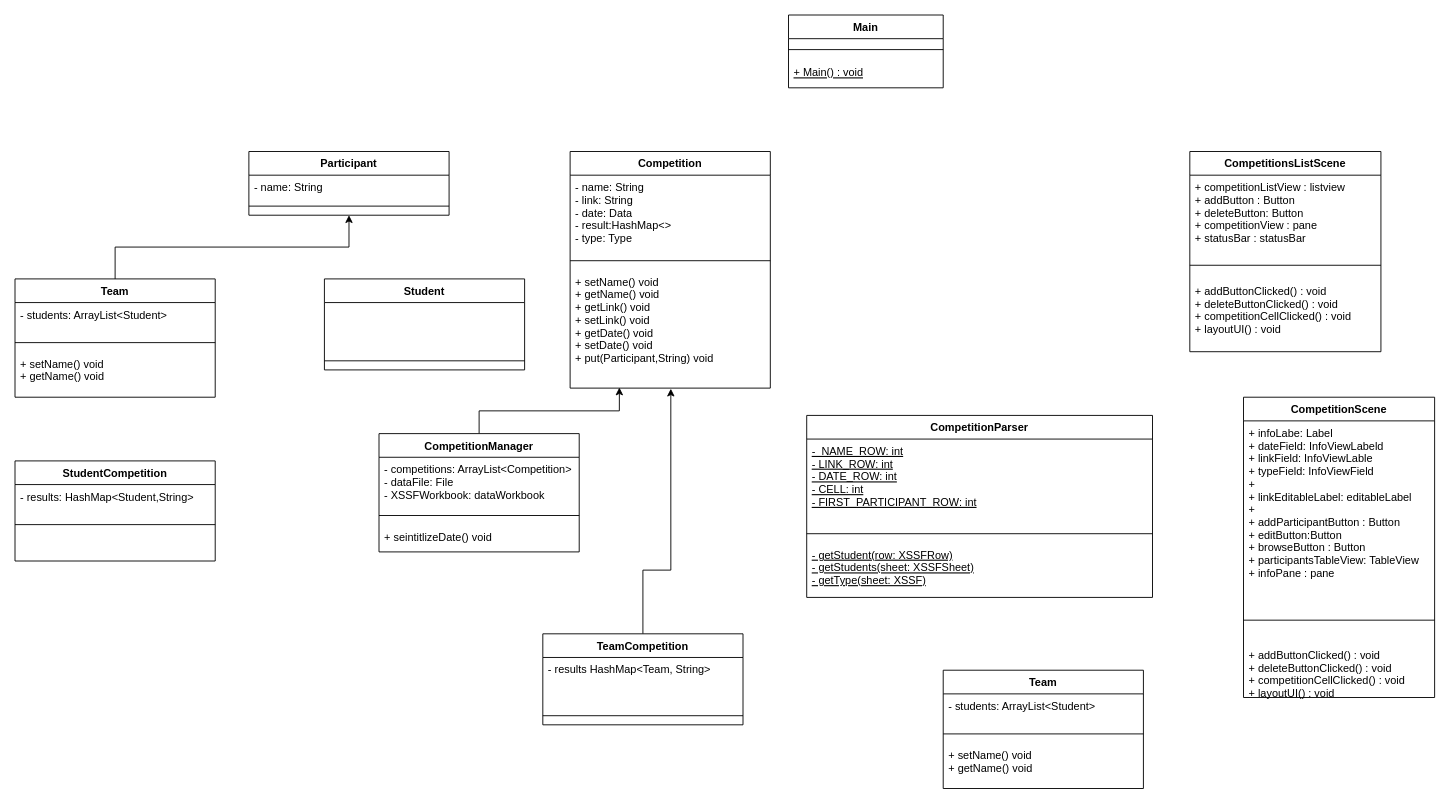
Above: docs/phase2/class-diagram.drawio in AbdullahAXR/Competition-tracker (draw.io), before the change. Source tidied: cells renumbered, new cells numbered last; positions are measured from the earlier drawing's top-left corner, leaving out a move shared by most shapes. Both pictures are drawn from the tidied source at 91%, with x=0, y=0 at pixel (15, 15).
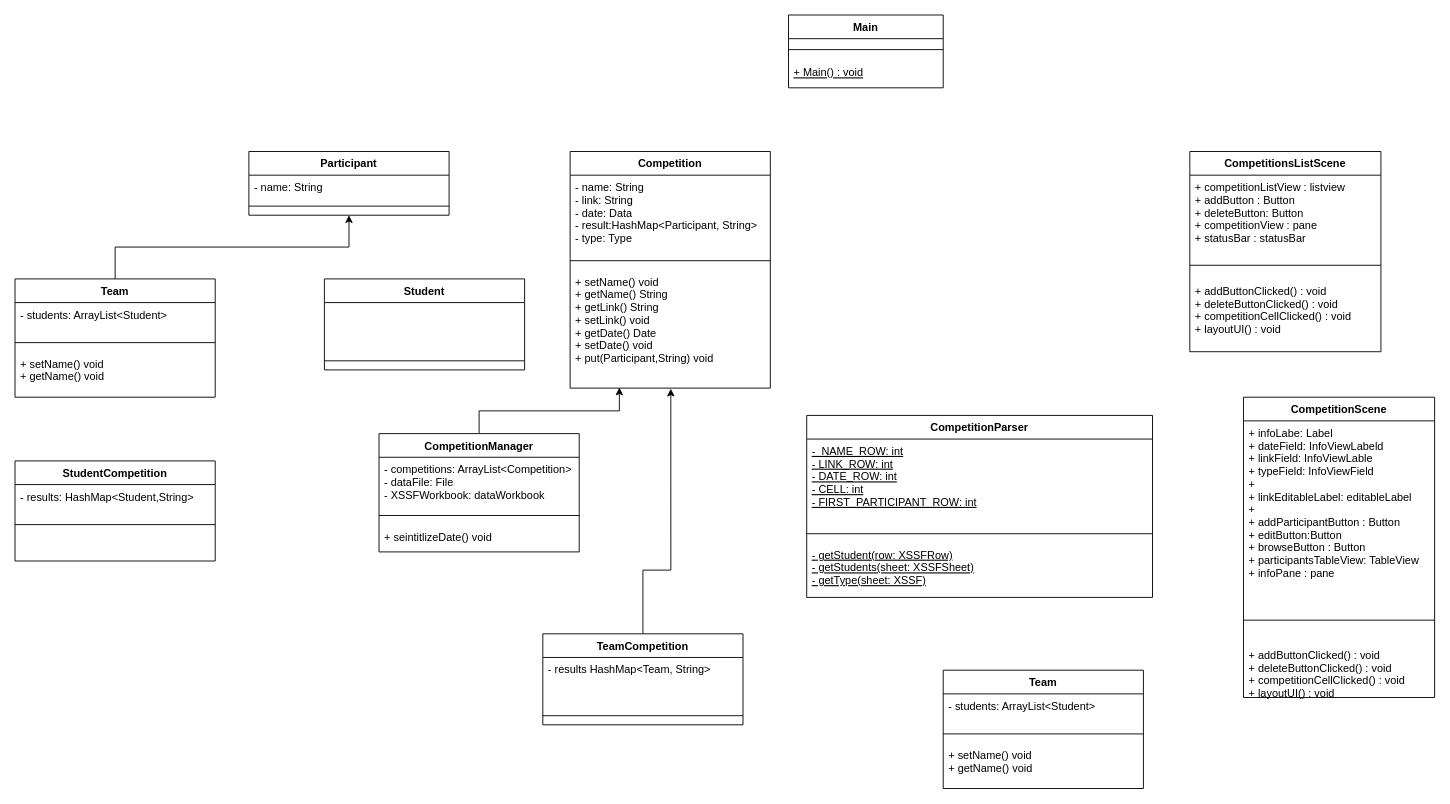
Above is the later version.

Commit message:
docs: fixed issues with return types in Competition class diagram

The change refers to these unchanged cells:
```xml
<mxCell id="9" value="Competition" style="swimlane;fontStyle=1;align=center;verticalAlign=top;horizontal=1;startSize=26;" parent="1" vertex="1">
  <mxGeometry x="610" y="150" width="220" height="260" as="geometry" />
</mxCell>
```

Change to the diagram source:
```diff
@@
-    <mxCell id="10" value="- name: String&#10;- link: String&#10;- date: Data&#10;- result:HashMap&lt;&gt;&#10;- type: Type" style="text;strokeColor=none;fillColor=none;align=left;verticalAlign=top;spacingLeft=4;spacingRight=4;overflow=hidden;fontStyle=0;" parent="9" vertex="1">
+    <mxCell id="10" value="- name: String&#10;- link: String&#10;- date: Data&#10;- result:HashMap&lt;Participant, String&gt;&#10;- type: Type" style="text;strokeColor=none;fillColor=none;align=left;verticalAlign=top;spacingLeft=4;spacingRight=4;overflow=hidden;fontStyle=0;" parent="9" vertex="1">
       <mxGeometry y="26" width="220" height="84" as="geometry" />
     </mxCell>
@@
-    <mxCell id="12" value="+ setName() void&#10;+ getName() void&#10;+ getLink() void&#10;+ setLink() void&#10;+ getDate() void&#10;+ setDate() void&#10;+ put(Participant,String) void&#10;&#10;" style="text;strokeColor=none;fillColor=none;align=left;verticalAlign=top;spacingLeft=4;spacingRight=4;overflow=hidden;points=[[0,0.5],[1,0.5]];portConstraint=eastwest;" parent="9" vertex="1">
+    <mxCell id="12" value="+ setName() void&#10;+ getName() String&#10;+ getLink() String&#10;+ setLink() void&#10;+ getDate() Date&#10;+ setDate() void&#10;+ put(Participant,String) void&#10;&#10;" style="text;strokeColor=none;fillColor=none;align=left;verticalAlign=top;spacingLeft=4;spacingRight=4;overflow=hidden;points=[[0,0.5],[1,0.5]];portConstraint=eastwest;" parent="9" vertex="1">
       <mxGeometry y="130" width="220" height="130" as="geometry" />
     </mxCell>
```
